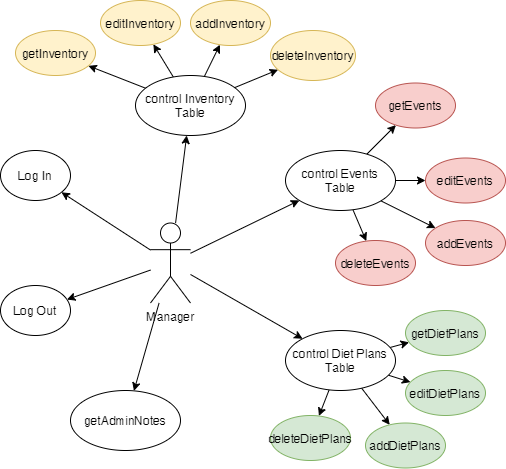
Above: Diagrams/UML/UseCases/Manager.png in renttrent/Techengers (draw.io), before the change. Source tidied: cells renumbered, new cells last; positions are measured from the earlier drawing's top-left corner, leaving out a move shared by most shapes. Source of this version:
```xml
<mxGraphModel>
  <root>
    <mxCell id="0" />
    <mxCell id="1" parent="0" />
    <mxCell id="2" style="edgeStyle=none;rounded=0;jettySize=auto;html=1;" parent="1" edge="1" source="8" target="30">
      <mxGeometry relative="1" as="geometry" />
    </mxCell>
    <mxCell id="3" style="edgeStyle=none;rounded=0;jettySize=auto;html=1;" parent="1" edge="1" source="8" target="10">
      <mxGeometry relative="1" as="geometry" />
    </mxCell>
    <mxCell id="4" style="edgeStyle=none;rounded=0;jettySize=auto;html=1;" parent="1" edge="1" source="8" target="9">
      <mxGeometry relative="1" as="geometry" />
    </mxCell>
    <mxCell id="5" style="edgeStyle=none;rounded=0;jettySize=auto;html=1;" parent="1" edge="1" source="8" target="15">
      <mxGeometry relative="1" as="geometry" />
    </mxCell>
    <mxCell id="6" style="edgeStyle=none;rounded=0;jettySize=auto;html=1;" parent="1" edge="1" source="8" target="24">
      <mxGeometry relative="1" as="geometry" />
    </mxCell>
    <mxCell id="7" style="edgeStyle=none;rounded=0;jettySize=auto;html=1;" parent="1" edge="1" source="8" target="29">
      <mxGeometry relative="1" as="geometry" />
    </mxCell>
    <mxCell id="8" value="Manager" style="shape=umlActor;verticalLabelPosition=bottom;verticalAlign=top;html=1;outlineConnect=0;" parent="1" vertex="1">
      <mxGeometry x="150" y="222.5" width="40" height="80" as="geometry" />
    </mxCell>
    <mxCell id="9" value="Log In" style="ellipse;whiteSpace=wrap;html=1;" parent="1" vertex="1">
      <mxGeometry y="150" width="70" height="50" as="geometry" />
    </mxCell>
    <mxCell id="10" value="Log Out" style="ellipse;whiteSpace=wrap;html=1;" parent="1" vertex="1">
      <mxGeometry y="285" width="70" height="50" as="geometry" />
    </mxCell>
    <mxCell id="11" style="edgeStyle=none;rounded=0;jettySize=auto;html=1;" parent="1" edge="1" source="15" target="19">
      <mxGeometry relative="1" as="geometry" />
    </mxCell>
    <mxCell id="12" style="edgeStyle=none;rounded=0;jettySize=auto;html=1;" parent="1" edge="1" source="15" target="16">
      <mxGeometry relative="1" as="geometry" />
    </mxCell>
    <mxCell id="13" style="edgeStyle=none;rounded=0;jettySize=auto;html=1;" parent="1" edge="1" source="15" target="17">
      <mxGeometry relative="1" as="geometry" />
    </mxCell>
    <mxCell id="14" style="edgeStyle=none;rounded=0;jettySize=auto;html=1;" parent="1" edge="1" source="15" target="18">
      <mxGeometry relative="1" as="geometry" />
    </mxCell>
    <mxCell id="15" value="control Inventory Table" style="ellipse;whiteSpace=wrap;html=1;" parent="1" vertex="1">
      <mxGeometry x="135" y="75" width="110" height="60" as="geometry" />
    </mxCell>
    <mxCell id="16" value="editInventory" style="ellipse;whiteSpace=wrap;html=1;fillColor=#fff2cc;strokeColor=#d6b656;" parent="1" vertex="1">
      <mxGeometry x="100" width="80" height="45" as="geometry" />
    </mxCell>
    <mxCell id="17" value="addInventory" style="ellipse;whiteSpace=wrap;html=1;fillColor=#fff2cc;strokeColor=#d6b656;" parent="1" vertex="1">
      <mxGeometry x="190" width="80" height="45" as="geometry" />
    </mxCell>
    <mxCell id="18" value="deleteInventory" style="ellipse;whiteSpace=wrap;html=1;fillColor=#fff2cc;strokeColor=#d6b656;" parent="1" vertex="1">
      <mxGeometry x="270" y="30" width="85" height="50" as="geometry" />
    </mxCell>
    <mxCell id="19" value="getInventory" style="ellipse;whiteSpace=wrap;html=1;fillColor=#fff2cc;strokeColor=#d6b656;" parent="1" vertex="1">
      <mxGeometry x="15" y="30" width="80" height="45" as="geometry" />
    </mxCell>
    <mxCell id="20" style="edgeStyle=none;rounded=0;jettySize=auto;html=1;" parent="1" edge="1" source="24" target="31">
      <mxGeometry relative="1" as="geometry" />
    </mxCell>
    <mxCell id="21" style="edgeStyle=none;rounded=0;jettySize=auto;html=1;" parent="1" edge="1" source="24" target="32">
      <mxGeometry relative="1" as="geometry" />
    </mxCell>
    <mxCell id="22" style="edgeStyle=none;rounded=0;jettySize=auto;html=1;" parent="1" edge="1" source="24" target="33">
      <mxGeometry relative="1" as="geometry" />
    </mxCell>
    <mxCell id="23" style="edgeStyle=none;rounded=0;jettySize=auto;html=1;" parent="1" edge="1" source="24" target="34">
      <mxGeometry relative="1" as="geometry" />
    </mxCell>
    <mxCell id="24" value="control Events Table" style="ellipse;whiteSpace=wrap;html=1;" parent="1" vertex="1">
      <mxGeometry x="285" y="150" width="110" height="60" as="geometry" />
    </mxCell>
    <mxCell id="25" style="edgeStyle=none;rounded=0;jettySize=auto;html=1;" parent="1" edge="1" source="29" target="35">
      <mxGeometry relative="1" as="geometry" />
    </mxCell>
    <mxCell id="26" style="edgeStyle=none;rounded=0;jettySize=auto;html=1;" parent="1" edge="1" source="29" target="36">
      <mxGeometry relative="1" as="geometry" />
    </mxCell>
    <mxCell id="27" style="edgeStyle=none;rounded=0;jettySize=auto;html=1;" parent="1" edge="1" source="29" target="37">
      <mxGeometry relative="1" as="geometry" />
    </mxCell>
    <mxCell id="28" style="edgeStyle=none;rounded=0;jettySize=auto;html=1;" parent="1" edge="1" source="29" target="38">
      <mxGeometry relative="1" as="geometry" />
    </mxCell>
    <mxCell id="29" value="control Diet Plans Table" style="ellipse;whiteSpace=wrap;html=1;" parent="1" vertex="1">
      <mxGeometry x="285" y="330" width="110" height="60" as="geometry" />
    </mxCell>
    <mxCell id="30" value="getAdminNotes" style="ellipse;whiteSpace=wrap;html=1;" parent="1" vertex="1">
      <mxGeometry x="70" y="390" width="110" height="60" as="geometry" />
    </mxCell>
    <mxCell id="31" value="getEvents" style="ellipse;whiteSpace=wrap;html=1;fillColor=#f8cecc;strokeColor=#b85450;" parent="1" vertex="1">
      <mxGeometry x="375" y="82.5" width="80" height="45" as="geometry" />
    </mxCell>
    <mxCell id="32" value="editEvents" style="ellipse;whiteSpace=wrap;html=1;fillColor=#f8cecc;strokeColor=#b85450;" parent="1" vertex="1">
      <mxGeometry x="425" y="157.5" width="80" height="45" as="geometry" />
    </mxCell>
    <mxCell id="33" value="addEvents" style="ellipse;whiteSpace=wrap;html=1;fillColor=#f8cecc;strokeColor=#b85450;" parent="1" vertex="1">
      <mxGeometry x="425" y="220" width="80" height="45" as="geometry" />
    </mxCell>
    <mxCell id="34" value="deleteEvents" style="ellipse;whiteSpace=wrap;html=1;fillColor=#f8cecc;strokeColor=#b85450;" parent="1" vertex="1">
      <mxGeometry x="335" y="240" width="80" height="45" as="geometry" />
    </mxCell>
    <mxCell id="35" value="getDietPlans" style="ellipse;whiteSpace=wrap;html=1;fillColor=#d5e8d4;strokeColor=#82b366;" parent="1" vertex="1">
      <mxGeometry x="405" y="310" width="80" height="45" as="geometry" />
    </mxCell>
    <mxCell id="36" value="editDietPlans" style="ellipse;whiteSpace=wrap;html=1;fillColor=#d5e8d4;strokeColor=#82b366;" parent="1" vertex="1">
      <mxGeometry x="405" y="370" width="80" height="45" as="geometry" />
    </mxCell>
    <mxCell id="37" value="addDietPlans" style="ellipse;whiteSpace=wrap;html=1;fillColor=#d5e8d4;strokeColor=#82b366;" parent="1" vertex="1">
      <mxGeometry x="365" y="422.5" width="80" height="45" as="geometry" />
    </mxCell>
    <mxCell id="38" value="deleteDietPlans" style="ellipse;whiteSpace=wrap;html=1;fillColor=#d5e8d4;strokeColor=#82b366;" parent="1" vertex="1">
      <mxGeometry x="270" y="415" width="80" height="45" as="geometry" />
    </mxCell>
  </root>
</mxGraphModel>
```
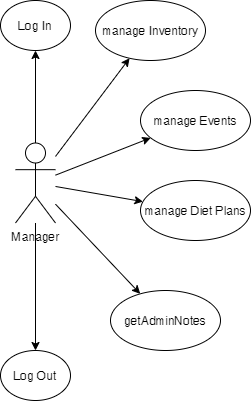
Above is the later version.

Change to the diagram source:
```diff
@@ -24,94 +24,22 @@
       <mxGeometry x="150" y="222.5" width="40" height="80" as="geometry" />
     </mxCell>
     <mxCell id="9" value="Log In" style="ellipse;whiteSpace=wrap;html=1;" parent="1" vertex="1">
-      <mxGeometry y="150" width="70" height="50" as="geometry" />
+      <mxGeometry x="135" y="80" width="70" height="50" as="geometry" />
     </mxCell>
     <mxCell id="10" value="Log Out" style="ellipse;whiteSpace=wrap;html=1;" parent="1" vertex="1">
-      <mxGeometry y="285" width="70" height="50" as="geometry" />
+      <mxGeometry x="135" y="430" width="70" height="50" as="geometry" />
     </mxCell>
-    <mxCell id="11" style="edgeStyle=none;rounded=0;jettySize=auto;html=1;" parent="1" edge="1" source="15" target="19">
-      <mxGeometry relative="1" as="geometry" />
-    </mxCell>
-    <mxCell id="12" style="edgeStyle=none;rounded=0;jettySize=auto;html=1;" parent="1" edge="1" source="15" target="16">
-      <mxGeometry relative="1" as="geometry" />
-    </mxCell>
-    <mxCell id="13" style="edgeStyle=none;rounded=0;jettySize=auto;html=1;" parent="1" edge="1" source="15" target="17">
-      <mxGeometry relative="1" as="geometry" />
-    </mxCell>
-    <mxCell id="14" style="edgeStyle=none;rounded=0;jettySize=auto;html=1;" parent="1" edge="1" source="15" target="18">
-      <mxGeometry relative="1" as="geometry" />
-    </mxCell>
-    <mxCell id="15" value="control Inventory Table" style="ellipse;whiteSpace=wrap;html=1;" parent="1" vertex="1">
-      <mxGeometry x="135" y="75" width="110" height="60" as="geometry" />
+    <mxCell id="15" value="manage Inventory" style="ellipse;whiteSpace=wrap;html=1;" parent="1" vertex="1">
+      <mxGeometry x="230" y="80" width="110" height="60" as="geometry" />
     </mxCell>
-    <mxCell id="16" value="editInventory" style="ellipse;whiteSpace=wrap;html=1;fillColor=#fff2cc;strokeColor=#d6b656;" parent="1" vertex="1">
-      <mxGeometry x="100" width="80" height="45" as="geometry" />
-    </mxCell>
-    <mxCell id="17" value="addInventory" style="ellipse;whiteSpace=wrap;html=1;fillColor=#fff2cc;strokeColor=#d6b656;" parent="1" vertex="1">
-      <mxGeometry x="190" width="80" height="45" as="geometry" />
-    </mxCell>
-    <mxCell id="18" value="deleteInventory" style="ellipse;whiteSpace=wrap;html=1;fillColor=#fff2cc;strokeColor=#d6b656;" parent="1" vertex="1">
-      <mxGeometry x="270" y="30" width="85" height="50" as="geometry" />
-    </mxCell>
-    <mxCell id="19" value="getInventory" style="ellipse;whiteSpace=wrap;html=1;fillColor=#fff2cc;strokeColor=#d6b656;" parent="1" vertex="1">
-      <mxGeometry x="15" y="30" width="80" height="45" as="geometry" />
-    </mxCell>
-    <mxCell id="20" style="edgeStyle=none;rounded=0;jettySize=auto;html=1;" parent="1" edge="1" source="24" target="31">
-      <mxGeometry relative="1" as="geometry" />
-    </mxCell>
-    <mxCell id="21" style="edgeStyle=none;rounded=0;jettySize=auto;html=1;" parent="1" edge="1" source="24" target="32">
-      <mxGeometry relative="1" as="geometry" />
-    </mxCell>
-    <mxCell id="22" style="edgeStyle=none;rounded=0;jettySize=auto;html=1;" parent="1" edge="1" source="24" target="33">
-      <mxGeometry relative="1" as="geometry" />
-    </mxCell>
-    <mxCell id="23" style="edgeStyle=none;rounded=0;jettySize=auto;html=1;" parent="1" edge="1" source="24" target="34">
-      <mxGeometry relative="1" as="geometry" />
-    </mxCell>
-    <mxCell id="24" value="control Events Table" style="ellipse;whiteSpace=wrap;html=1;" parent="1" vertex="1">
-      <mxGeometry x="285" y="150" width="110" height="60" as="geometry" />
+    <mxCell id="24" value="manage Events" style="ellipse;whiteSpace=wrap;html=1;" parent="1" vertex="1">
+      <mxGeometry x="275" y="170" width="110" height="60" as="geometry" />
     </mxCell>
-    <mxCell id="25" style="edgeStyle=none;rounded=0;jettySize=auto;html=1;" parent="1" edge="1" source="29" target="35">
-      <mxGeometry relative="1" as="geometry" />
-    </mxCell>
-    <mxCell id="26" style="edgeStyle=none;rounded=0;jettySize=auto;html=1;" parent="1" edge="1" source="29" target="36">
-      <mxGeometry relative="1" as="geometry" />
-    </mxCell>
-    <mxCell id="27" style="edgeStyle=none;rounded=0;jettySize=auto;html=1;" parent="1" edge="1" source="29" target="37">
-      <mxGeometry relative="1" as="geometry" />
-    </mxCell>
-    <mxCell id="28" style="edgeStyle=none;rounded=0;jettySize=auto;html=1;" parent="1" edge="1" source="29" target="38">
-      <mxGeometry relative="1" as="geometry" />
-    </mxCell>
-    <mxCell id="29" value="control Diet Plans Table" style="ellipse;whiteSpace=wrap;html=1;" parent="1" vertex="1">
-      <mxGeometry x="285" y="330" width="110" height="60" as="geometry" />
+    <mxCell id="29" value="manage Diet Plans" style="ellipse;whiteSpace=wrap;html=1;" parent="1" vertex="1">
+      <mxGeometry x="275" y="260" width="110" height="60" as="geometry" />
     </mxCell>
     <mxCell id="30" value="getAdminNotes" style="ellipse;whiteSpace=wrap;html=1;" parent="1" vertex="1">
-      <mxGeometry x="70" y="390" width="110" height="60" as="geometry" />
+      <mxGeometry x="245" y="370" width="110" height="60" as="geometry" />
     </mxCell>
-    <mxCell id="31" value="getEvents" style="ellipse;whiteSpace=wrap;html=1;fillColor=#f8cecc;strokeColor=#b85450;" parent="1" vertex="1">
-      <mxGeometry x="375" y="82.5" width="80" height="45" as="geometry" />
-    </mxCell>
-    <mxCell id="32" value="editEvents" style="ellipse;whiteSpace=wrap;html=1;fillColor=#f8cecc;strokeColor=#b85450;" parent="1" vertex="1">
-      <mxGeometry x="425" y="157.5" width="80" height="45" as="geometry" />
-    </mxCell>
-    <mxCell id="33" value="addEvents" style="ellipse;whiteSpace=wrap;html=1;fillColor=#f8cecc;strokeColor=#b85450;" parent="1" vertex="1">
-      <mxGeometry x="425" y="220" width="80" height="45" as="geometry" />
-    </mxCell>
-    <mxCell id="34" value="deleteEvents" style="ellipse;whiteSpace=wrap;html=1;fillColor=#f8cecc;strokeColor=#b85450;" parent="1" vertex="1">
-      <mxGeometry x="335" y="240" width="80" height="45" as="geometry" />
-    </mxCell>
-    <mxCell id="35" value="getDietPlans" style="ellipse;whiteSpace=wrap;html=1;fillColor=#d5e8d4;strokeColor=#82b366;" parent="1" vertex="1">
-      <mxGeometry x="405" y="310" width="80" height="45" as="geometry" />
-    </mxCell>
-    <mxCell id="36" value="editDietPlans" style="ellipse;whiteSpace=wrap;html=1;fillColor=#d5e8d4;strokeColor=#82b366;" parent="1" vertex="1">
-      <mxGeometry x="405" y="370" width="80" height="45" as="geometry" />
-    </mxCell>
-    <mxCell id="37" value="addDietPlans" style="ellipse;whiteSpace=wrap;html=1;fillColor=#d5e8d4;strokeColor=#82b366;" parent="1" vertex="1">
-      <mxGeometry x="365" y="422.5" width="80" height="45" as="geometry" />
-    </mxCell>
-    <mxCell id="38" value="deleteDietPlans" style="ellipse;whiteSpace=wrap;html=1;fillColor=#d5e8d4;strokeColor=#82b366;" parent="1" vertex="1">
-      <mxGeometry x="270" y="415" width="80" height="45" as="geometry" />
-    </mxCell>
   </root>
 </mxGraphModel>
```
